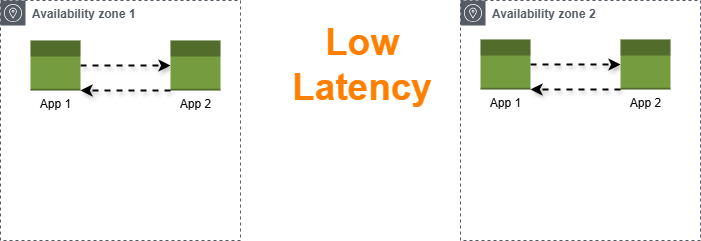
shilpathota/FlowCharts keeps this draw.io diagram as awsarchitect.drawio.png. Above is the earlier version. Source tidied: cells renumbered, new cells last; positions are measured from the earlier drawing's top-left corner, leaving out a move shared by most shapes.
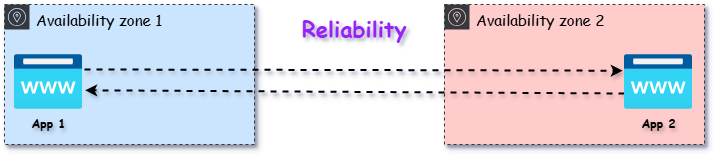
After the commit.

Change to the diagram source:
```diff
@@ -1,39 +1,31 @@
-<mxGraphModel>
+<mxGraphModel shadow="1">
   <root>
     <mxCell id="0" />
-    <mxCell id="1" value="Layer1" parent="0" />
+    <mxCell id="13" value="layer2" parent="0" />
-    <mxCell id="2" value="Availability zone 1" style="sketch=0;gradientColor=none;html=1;whiteSpace=wrap;fontSize=12;fontStyle=1;shape=mxgraph.aws4.group;grIcon=mxgraph.aws4.group_availability_zone;strokeColor=#545B64;fillColor=none;verticalAlign=top;align=left;spacingLeft=30;fontColor=#545B64;dashed=1;" parent="1" vertex="1">
-      <mxGeometry width="240" height="240" as="geometry" />
+    <mxCell id="2" value="Availability zone 1" style="sketch=0;html=1;whiteSpace=wrap;fontSize=15;fontStyle=0;shape=mxgraph.aws4.group;grIcon=mxgraph.aws4.group_availability_zone;strokeColor=#36393d;fillColor=#cce5ff;verticalAlign=top;align=left;spacingLeft=30;dashed=1;fontFamily=Comic Sans MS;shadow=1;" parent="13" vertex="1">
+      <mxGeometry width="250" height="140" as="geometry" />
     </mxCell>
-    <mxCell id="3" value="Availability zone 2" style="sketch=0;gradientColor=none;html=1;whiteSpace=wrap;fontSize=12;fontStyle=1;shape=mxgraph.aws4.group;grIcon=mxgraph.aws4.group_availability_zone;strokeColor=#545B64;fillColor=none;verticalAlign=top;align=left;spacingLeft=30;fontColor=#545B64;dashed=1;" parent="1" vertex="1">
-      <mxGeometry x="460" width="240" height="240" as="geometry" />
+    <mxCell id="3" value="Availability zone 2" style="sketch=0;html=1;whiteSpace=wrap;fontSize=15;fontStyle=0;shape=mxgraph.aws4.group;grIcon=mxgraph.aws4.group_availability_zone;strokeColor=#36393d;fillColor=#ffcccc;verticalAlign=top;align=left;spacingLeft=30;dashed=1;fontFamily=Comic Sans MS;shadow=1;" parent="13" vertex="1">
+      <mxGeometry x="440" width="260" height="140" as="geometry" />
     </mxCell>
-    <mxCell id="4" style="edgeStyle=orthogonalEdgeStyle;rounded=0;jettySize=auto;html=1;exitX=1;exitY=0.5;exitDx=0;exitDy=0;exitPerimeter=0;dashed=1;flowAnimation=1;shadow=1;strokeWidth=2;" parent="1" edge="1" source="5" target="6">
-      <mxGeometry relative="1" as="geometry" />
-    </mxCell>
-    <mxCell id="5" value="App 1" style="outlineConnect=0;dashed=0;verticalLabelPosition=bottom;verticalAlign=top;align=center;html=1;shape=mxgraph.aws3.apps;fillColor=#759C3E;gradientColor=none;" parent="1" vertex="1">
-      <mxGeometry x="30" y="40" width="50" height="50" as="geometry" />
-    </mxCell>
-    <mxCell id="6" value="App 2" style="outlineConnect=0;dashed=0;verticalLabelPosition=bottom;verticalAlign=top;align=center;html=1;shape=mxgraph.aws3.apps;fillColor=#759C3E;gradientColor=none;" parent="1" vertex="1">
-      <mxGeometry x="170" y="40" width="50" height="50" as="geometry" />
-    </mxCell>
-    <mxCell id="7" style="endArrow=classic;html=1;rounded=0;exitX=0;exitY=1;exitDx=0;exitDy=0;exitPerimeter=0;entryX=1;entryY=1;entryDx=0;entryDy=0;entryPerimeter=0;dashed=1;flowAnimation=1;shadow=1;strokeWidth=2;" parent="1" edge="1" source="6" target="5">
-      <mxGeometry relative="1" as="geometry" />
-    </mxCell>
-    <mxCell id="8" style="edgeStyle=orthogonalEdgeStyle;rounded=0;jettySize=auto;html=1;exitX=1;exitY=0.5;exitDx=0;exitDy=0;exitPerimeter=0;dashed=1;flowAnimation=1;shadow=1;strokeWidth=2;" parent="1" edge="1" source="9" target="10">
-      <mxGeometry relative="1" as="geometry" />
-    </mxCell>
-    <mxCell id="9" value="App 1" style="outlineConnect=0;dashed=0;verticalLabelPosition=bottom;verticalAlign=top;align=center;html=1;shape=mxgraph.aws3.apps;fillColor=#759C3E;gradientColor=none;" parent="1" vertex="1">
-      <mxGeometry x="480" y="39" width="50" height="50" as="geometry" />
-    </mxCell>
-    <mxCell id="10" value="App 2" style="outlineConnect=0;dashed=0;verticalLabelPosition=bottom;verticalAlign=top;align=center;html=1;shape=mxgraph.aws3.apps;fillColor=#759C3E;gradientColor=none;" parent="1" vertex="1">
-      <mxGeometry x="620" y="39" width="50" height="50" as="geometry" />
-    </mxCell>
-    <mxCell id="11" style="endArrow=classic;html=1;rounded=0;exitX=0;exitY=1;exitDx=0;exitDy=0;exitPerimeter=0;entryX=1;entryY=1;entryDx=0;entryDy=0;entryPerimeter=0;dashed=1;flowAnimation=1;shadow=1;strokeWidth=2;" parent="1" edge="1" source="10" target="9">
-      <mxGeometry relative="1" as="geometry" />
-    </mxCell>
-    <mxCell id="12" value="Low Latency" style="text;html=1;align=center;verticalAlign=middle;whiteSpace=wrap;rounded=0;fontStyle=1;fontSize=37;fontColor=#FF8000;" parent="1" vertex="1">
-      <mxGeometry x="304" y="50" width="116" height="30" as="geometry" />
-    </mxCell>
+    <mxCell id="14" style="edgeStyle=orthogonalEdgeStyle;rounded=0;jettySize=auto;html=1;exitX=1;exitY=0.5;exitDx=0;exitDy=0;exitPerimeter=0;dashed=1;flowAnimation=1;shadow=1;strokeWidth=2;fontStyle=0;fontSize=15;fontFamily=Comic Sans MS;entryX=-0.025;entryY=0.295;entryDx=0;entryDy=0;entryPerimeter=0;" parent="13" edge="1" target="18">
+      <mxGeometry relative="1" as="geometry">
+        <mxPoint x="80" y="65" as="sourcePoint" />
+      </mxGeometry>
+    </mxCell>
+    <mxCell id="15" style="endArrow=classic;html=1;rounded=0;exitX=0;exitY=1;exitDx=0;exitDy=0;exitPerimeter=0;entryX=1.038;entryY=0.651;entryDx=0;entryDy=0;entryPerimeter=0;dashed=1;flowAnimation=1;shadow=1;strokeWidth=2;fontSize=15;fontFamily=Comic Sans MS;fontStyle=0;" parent="13" edge="1" target="17">
+      <mxGeometry relative="1" as="geometry">
+        <mxPoint x="620" y="89" as="sourcePoint" />
+      </mxGeometry>
+    </mxCell>
+    <mxCell id="16" value="Reliability" style="text;html=1;align=center;verticalAlign=middle;whiteSpace=wrap;rounded=1;fontStyle=1;fontSize=22;fontColor=light-dark(#9724f5, #ce6100);fontFamily=Comic Sans MS;" parent="13" vertex="1">
+      <mxGeometry x="270" y="9" width="160" height="30" as="geometry" />
+    </mxCell>
+    <mxCell id="17" value="App 1" style="image;html=1;points=[];align=center;fontSize=12;image=img/lib/azure2/app_services/App_Service_Domains.svg;fontFamily=Comic Sans MS;fontStyle=1;labelBackgroundColor=none;textShadow=1;" parent="13" vertex="1">
+      <mxGeometry x="10" y="50" width="68" height="55" as="geometry" />
+    </mxCell>
+    <mxCell id="18" value="App 2" style="image;html=1;points=[];align=center;fontSize=12;image=img/lib/azure2/app_services/App_Service_Domains.svg;fontFamily=Comic Sans MS;fontStyle=1;labelBackgroundColor=none;textShadow=1;" parent="13" vertex="1">
+      <mxGeometry x="620" y="50" width="68" height="55" as="geometry" />
+    </mxCell>
   </root>
 </mxGraphModel>
```
